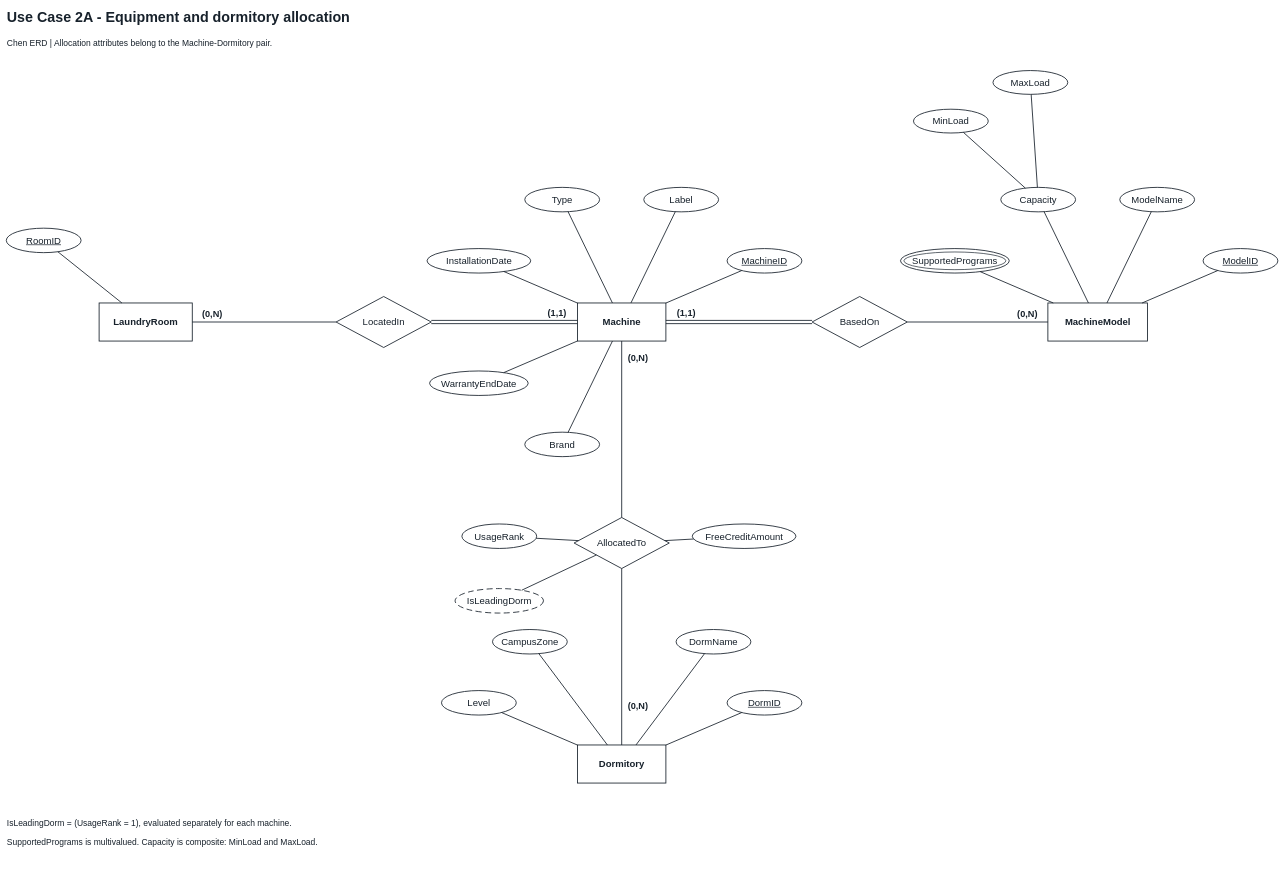
Earlier version of the draw.io diagram page "Use Case 2A - Equipment and dormitory allocation" (3 of 8) of CNG351_Assignment1_Chen +gpt.drawio (Osmanita/cng-351-project-1). Source tidied: cells renumbered, new cells numbered last; positions are measured from the earlier drawing's top-left corner, leaving out a move shared by most shapes. Both pictures are drawn from the tidied source at 34%, with x=0, y=0 at pixel (6, 6).
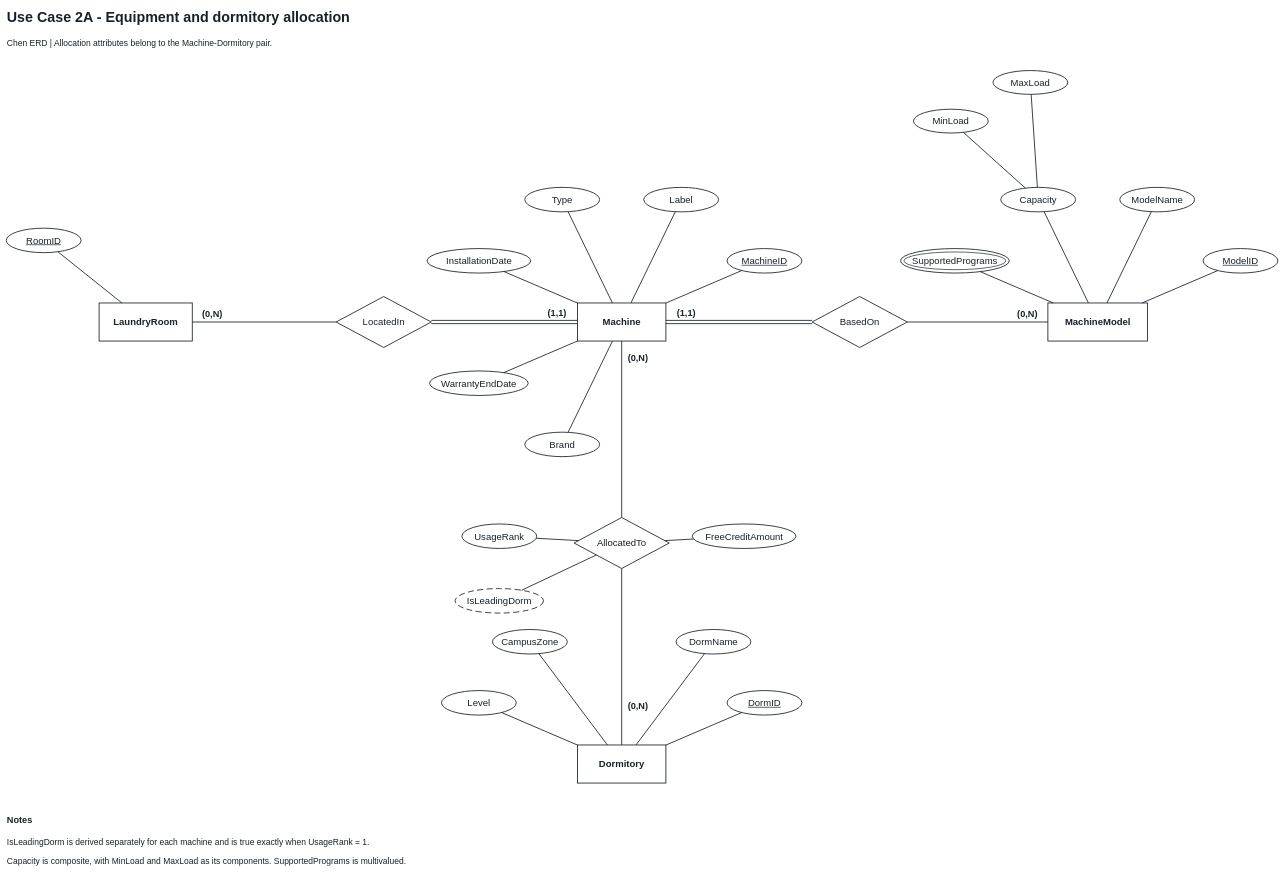
Above is the later version.

Commit message (it also covers changes not shown here):
Replace canonical gpt report and diagrams with final notes revision

Change to the diagram source:
```diff
@@
-    <mxCell id="58" value="IsLeadingDorm = (UsageRank = 1), evaluated separately for each machine." style="text;html=0;whiteSpace=wrap;overflow=hidden;align=left;verticalAlign=middle;fillColor=#ffffff;strokeColor=none;fontColor=#17212b;fontFamily=Arial;fontSize=25;" parent="1" vertex="1">
-      <mxGeometry y="2375.6" width="3740" height="55" as="geometry" />
+    <mxCell id="58" value="IsLeadingDorm is derived separately for each machine and is true exactly when UsageRank = 1." style="text;html=0;whiteSpace=wrap;overflow=hidden;align=left;verticalAlign=middle;fillColor=#ffffff;strokeColor=none;fontColor=#17212b;fontFamily=Arial;fontSize=25;" parent="1" vertex="1">
+      <mxGeometry y="2430.6" width="3740" height="55" as="geometry" />
     </mxCell>
-    <mxCell id="59" value="SupportedPrograms is multivalued. Capacity is composite: MinLoad and MaxLoad." style="text;html=0;whiteSpace=wrap;overflow=hidden;align=left;verticalAlign=middle;fillColor=#ffffff;strokeColor=none;fontColor=#17212b;fontFamily=Arial;fontSize=25;" parent="1" vertex="1">
-      <mxGeometry y="2430.6" width="3740" height="55" as="geometry" />
+    <mxCell id="59" value="Capacity is composite, with MinLoad and MaxLoad as its components. SupportedPrograms is multivalued." style="text;html=0;whiteSpace=wrap;overflow=hidden;align=left;verticalAlign=middle;fillColor=#ffffff;strokeColor=none;fontColor=#17212b;fontFamily=Arial;fontSize=25;" parent="1" vertex="1">
+      <mxGeometry y="2485.6" width="3740" height="55" as="geometry" />
     </mxCell>
+    <mxCell id="60" value="Notes" style="text;html=0;whiteSpace=wrap;overflow=hidden;align=left;verticalAlign=middle;fillColor=#ffffff;strokeColor=none;fontColor=#17212b;fontFamily=Arial;fontSize=27;fontStyle=1;" parent="1" vertex="1">
+      <mxGeometry y="2375.6" width="3740" height="40" as="geometry" />
+    </mxCell>
```
